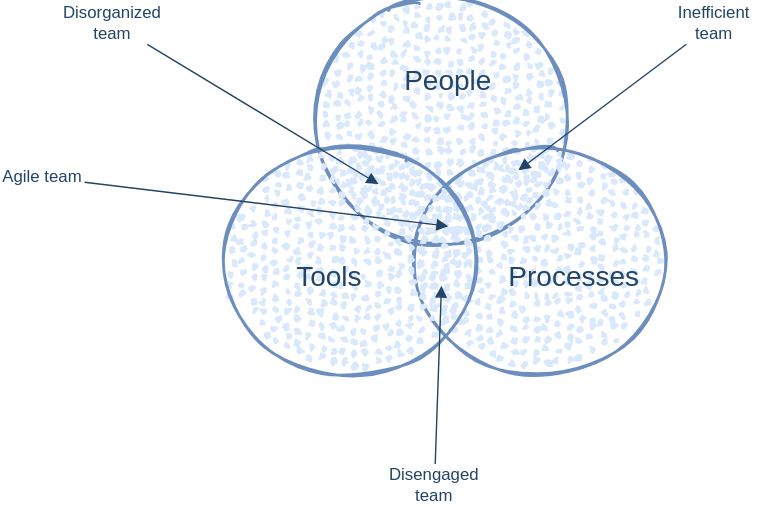
Above: graphics/people-processes-tools.drawio.svg in thomykay/dhbw-projectmanagement1 (draw.io), before the change. Source tidied: cells renumbered, new cells last; positions are measured from the earlier drawing's top-left corner, leaving out a move shared by most shapes. The source it was exported from:
```xml
<mxGraphModel>
  <root>
    <mxCell id="0" />
    <mxCell id="1" parent="0" />
    <mxCell id="2" style="ellipse;whiteSpace=wrap;html=1;strokeWidth=2;fillWeight=2;hachureGap=8;fillColor=#dae8fc;fillStyle=dots;sketch=1;strokeColor=#6c8ebf;" parent="1" vertex="1">
      <mxGeometry x="220" width="190" height="170" as="geometry" />
    </mxCell>
    <mxCell id="3" value="People" style="text;html=1;strokeColor=none;fillColor=none;align=center;verticalAlign=middle;whiteSpace=wrap;rounded=0;fontSize=20;fontColor=#224466;" parent="1" vertex="1">
      <mxGeometry x="240" y="40" width="160" height="30" as="geometry" />
    </mxCell>
    <mxCell id="4" style="ellipse;whiteSpace=wrap;html=1;strokeWidth=2;fillWeight=2;hachureGap=8;fillColor=#dae8fc;fillStyle=dots;sketch=1;strokeColor=#6c8ebf;" parent="1" vertex="1">
      <mxGeometry x="290" y="100" width="190" height="170" as="geometry" />
    </mxCell>
    <mxCell id="5" style="ellipse;whiteSpace=wrap;html=1;strokeWidth=2;fillWeight=2;hachureGap=8;fillColor=#dae8fc;fillStyle=dots;sketch=1;strokeColor=#6c8ebf;" parent="1" vertex="1">
      <mxGeometry x="155" y="100" width="190" height="170" as="geometry" />
    </mxCell>
    <mxCell id="6" value="Tools" style="text;html=1;strokeColor=none;fillColor=none;align=center;verticalAlign=middle;whiteSpace=wrap;rounded=0;fontSize=20;fontColor=#224466;" parent="1" vertex="1">
      <mxGeometry x="155" y="180" width="160" height="30" as="geometry" />
    </mxCell>
    <mxCell id="7" value="Processes" style="text;html=1;strokeColor=none;fillColor=none;align=center;verticalAlign=middle;whiteSpace=wrap;rounded=0;fontSize=20;fontColor=#224466;" parent="1" vertex="1">
      <mxGeometry x="330" y="180" width="160" height="30" as="geometry" />
    </mxCell>
    <mxCell id="8" style="edgeStyle=none;html=1;entryX=0.421;entryY=0.118;entryDx=0;entryDy=0;entryPerimeter=0;fontColor=#224466;endArrow=block;endFill=1;strokeColor=#224466;" parent="1" edge="1" source="9" target="4">
      <mxGeometry relative="1" as="geometry" />
    </mxCell>
    <mxCell id="9" value="Inefficient team" style="text;html=1;strokeColor=none;fillColor=none;align=center;verticalAlign=middle;whiteSpace=wrap;rounded=0;fontColor=#224466;" parent="1" vertex="1">
      <mxGeometry x="480" width="60" height="30" as="geometry" />
    </mxCell>
    <mxCell id="10" style="edgeStyle=none;html=1;entryX=0.605;entryY=0.176;entryDx=0;entryDy=0;entryPerimeter=0;fontColor=#224466;endArrow=block;endFill=1;strokeColor=#224466;" parent="1" edge="1" source="11" target="5">
      <mxGeometry relative="1" as="geometry" />
    </mxCell>
    <mxCell id="11" value="Disorganized team" style="text;html=1;strokeColor=none;fillColor=none;align=center;verticalAlign=middle;whiteSpace=wrap;rounded=0;fontColor=#224466;" parent="1" vertex="1">
      <mxGeometry x="50" width="60" height="30" as="geometry" />
    </mxCell>
    <mxCell id="12" style="edgeStyle=none;html=1;entryX=1;entryY=0.75;entryDx=0;entryDy=0;fontColor=#224466;endArrow=block;endFill=1;strokeColor=#224466;" parent="1" edge="1" source="13" target="6">
      <mxGeometry relative="1" as="geometry" />
    </mxCell>
    <mxCell id="13" value="Disengaged team" style="text;html=1;strokeColor=none;fillColor=none;align=center;verticalAlign=middle;whiteSpace=wrap;rounded=0;fontColor=#224466;" parent="1" vertex="1">
      <mxGeometry x="280" y="330" width="60" height="30" as="geometry" />
    </mxCell>
    <mxCell id="14" style="edgeStyle=none;html=1;entryX=0.868;entryY=0.353;entryDx=0;entryDy=0;entryPerimeter=0;fontColor=#224466;endArrow=block;endFill=1;strokeColor=#224466;" parent="1" edge="1" source="15" target="5">
      <mxGeometry relative="1" as="geometry" />
    </mxCell>
    <mxCell id="15" value="Agile team" style="text;html=1;strokeColor=none;fillColor=none;align=center;verticalAlign=middle;whiteSpace=wrap;rounded=0;fontColor=#224466;" parent="1" vertex="1">
      <mxGeometry y="110" width="60" height="30" as="geometry" />
    </mxCell>
  </root>
</mxGraphModel>
```
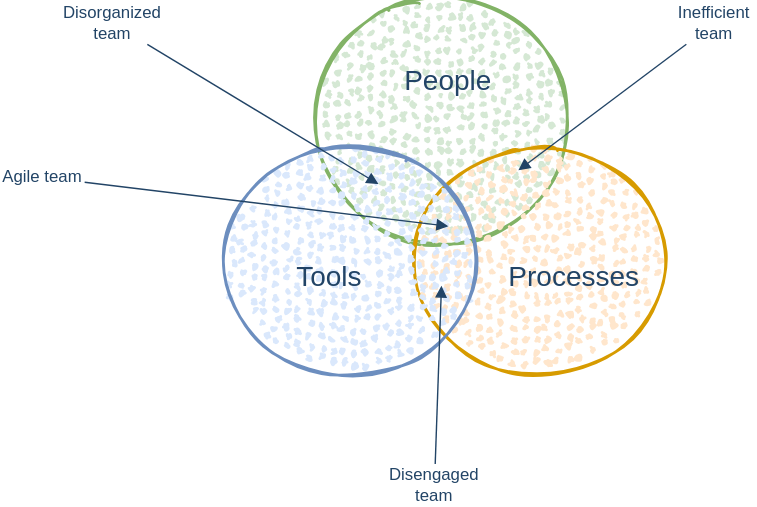
The same file after the commit.

The edit, as a diff of the source:
```diff
@@ -2,13 +2,13 @@
   <root>
     <mxCell id="0" />
     <mxCell id="1" parent="0" />
-    <mxCell id="2" style="ellipse;whiteSpace=wrap;html=1;strokeWidth=2;fillWeight=2;hachureGap=8;fillColor=#dae8fc;fillStyle=dots;sketch=1;strokeColor=#6c8ebf;" parent="1" vertex="1">
+    <mxCell id="2" style="ellipse;whiteSpace=wrap;html=1;strokeWidth=2;fillWeight=2;hachureGap=8;fillColor=#d5e8d4;fillStyle=dots;sketch=1;strokeColor=#82b366;" parent="1" vertex="1">
       <mxGeometry x="220" width="190" height="170" as="geometry" />
     </mxCell>
     <mxCell id="3" value="People" style="text;html=1;strokeColor=none;fillColor=none;align=center;verticalAlign=middle;whiteSpace=wrap;rounded=0;fontSize=20;fontColor=#224466;" parent="1" vertex="1">
       <mxGeometry x="240" y="40" width="160" height="30" as="geometry" />
     </mxCell>
-    <mxCell id="4" style="ellipse;whiteSpace=wrap;html=1;strokeWidth=2;fillWeight=2;hachureGap=8;fillColor=#dae8fc;fillStyle=dots;sketch=1;strokeColor=#6c8ebf;" parent="1" vertex="1">
+    <mxCell id="4" style="ellipse;whiteSpace=wrap;html=1;strokeWidth=2;fillWeight=2;hachureGap=8;fillColor=#ffe6cc;fillStyle=dots;sketch=1;strokeColor=#d79b00;" parent="1" vertex="1">
       <mxGeometry x="290" y="100" width="190" height="170" as="geometry" />
     </mxCell>
     <mxCell id="5" style="ellipse;whiteSpace=wrap;html=1;strokeWidth=2;fillWeight=2;hachureGap=8;fillColor=#dae8fc;fillStyle=dots;sketch=1;strokeColor=#6c8ebf;" parent="1" vertex="1">
```
